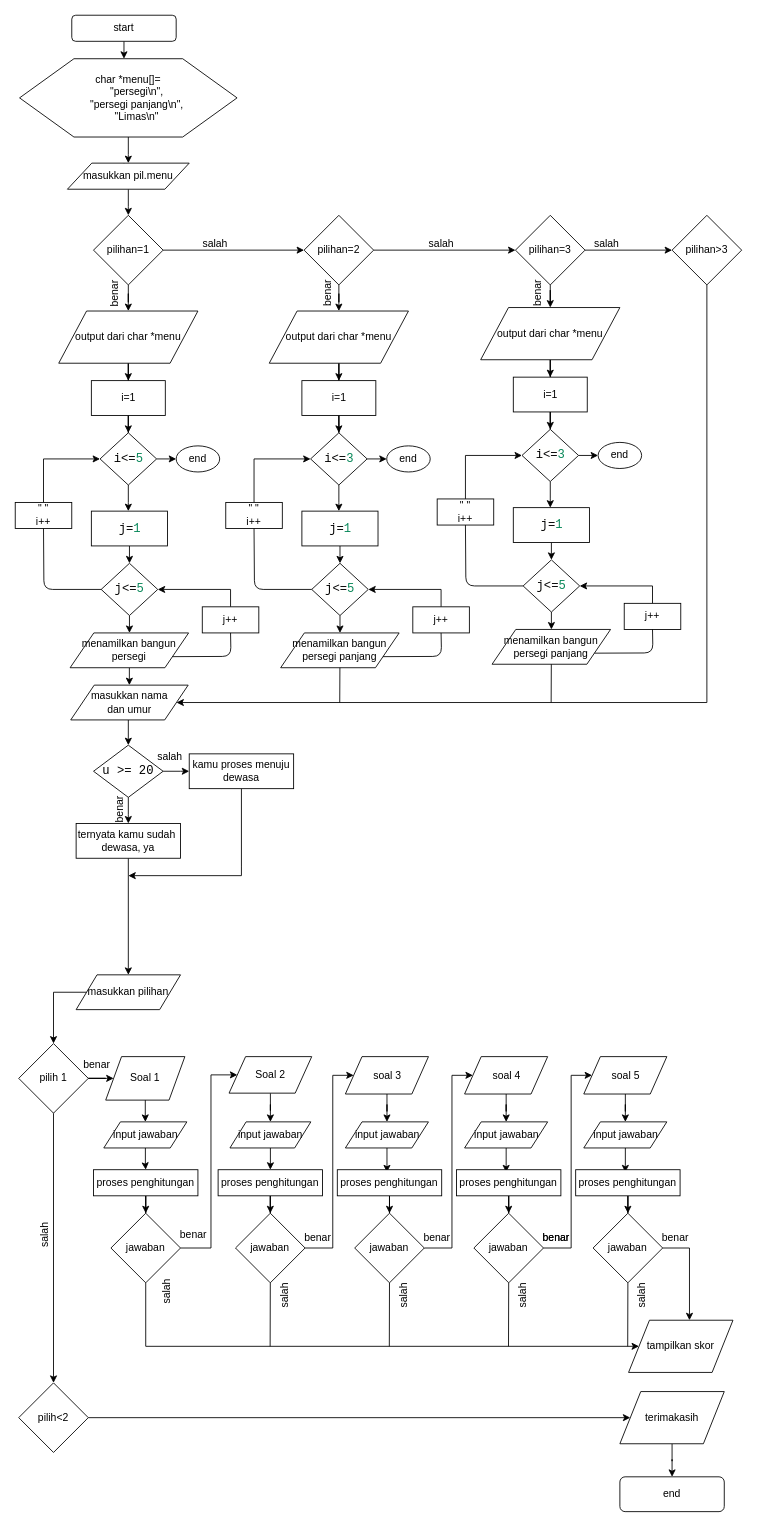
This is page "Halaman-1" (1 of 2) of week14.drawio from rifaatulmahmudah0998/Siti-Rifatul-Mahmudah, a draw.io file, before an edit. Source tidied: cells renumbered, new cells numbered last; positions are measured from the earlier drawing's top-left corner, leaving out a move shared by most shapes. Both pictures are drawn from the tidied source at 87%, with x=0, y=0 at pixel (15, 15).
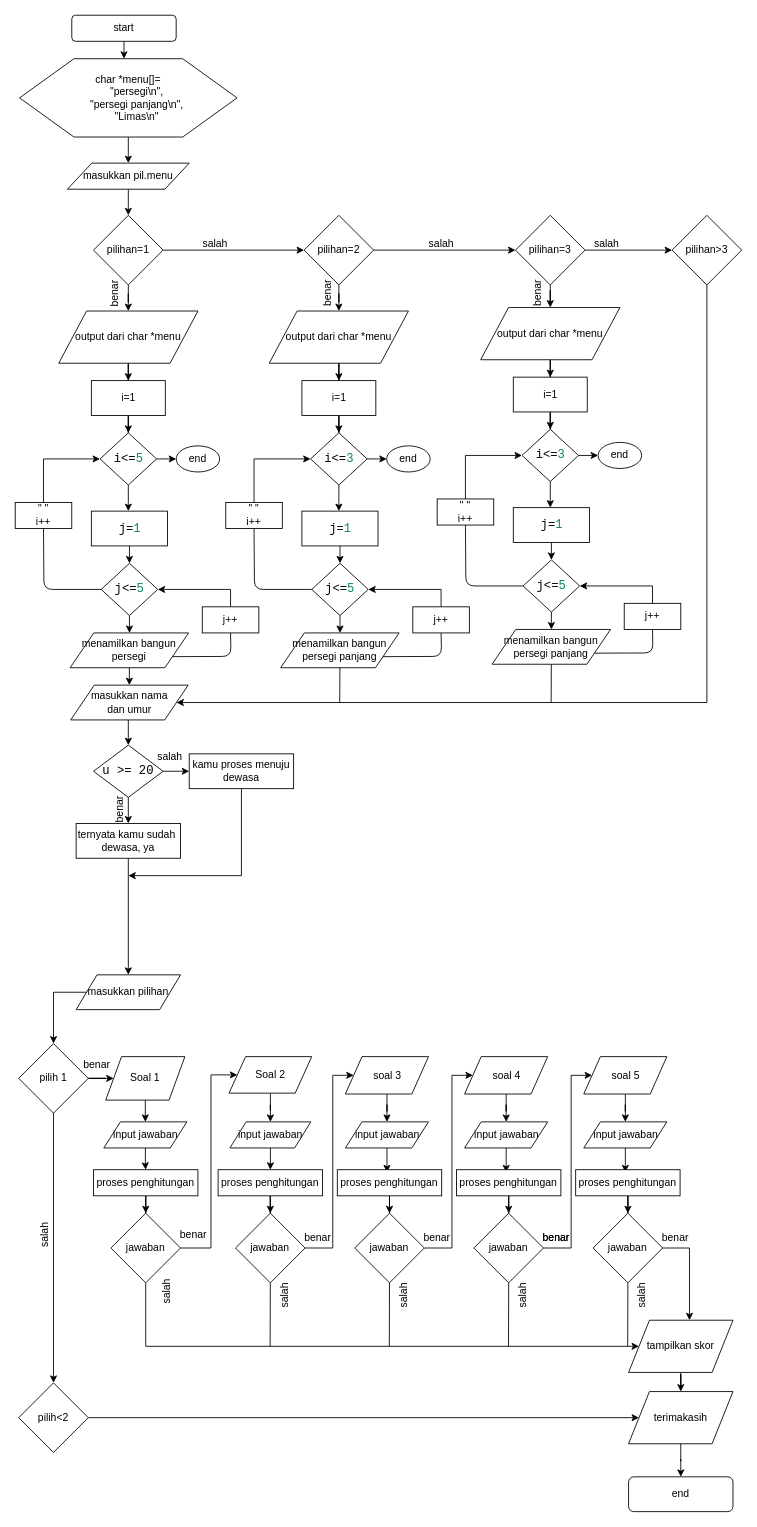
After the change.

The change refers to these unchanged cells:
```xml
<mxCell id="120" value="tampilkan skor" style="shape=parallelogram;perimeter=parallelogramPerimeter;whiteSpace=wrap;html=1;" parent="1" vertex="1">
  <mxGeometry x="705" y="1500" width="120" height="60" as="geometry" />
</mxCell>
```

Diff of the diagram source:
```diff
@@
+    <mxCell id="166" style="edgeStyle=orthogonalEdgeStyle;rounded=0;jettySize=auto;html=1;" parent="1" edge="1" source="120" target="126">
+      <mxGeometry relative="1" as="geometry" />
+    </mxCell>
@@
     <mxCell id="121" value="end" style="rounded=1;whiteSpace=wrap;html=1;" parent="1" vertex="1">
-      <mxGeometry x="695" y="1680" width="120" height="40" as="geometry" />
+      <mxGeometry x="705" y="1680" width="120" height="40" as="geometry" />
     </mxCell>
@@
     <mxCell id="126" value="terimakasih" style="shape=parallelogram;perimeter=parallelogramPerimeter;whiteSpace=wrap;html=1;" parent="1" vertex="1">
-      <mxGeometry x="695" y="1582" width="120" height="60" as="geometry" />
+      <mxGeometry x="705" y="1582" width="120" height="60" as="geometry" />
     </mxCell>
```
